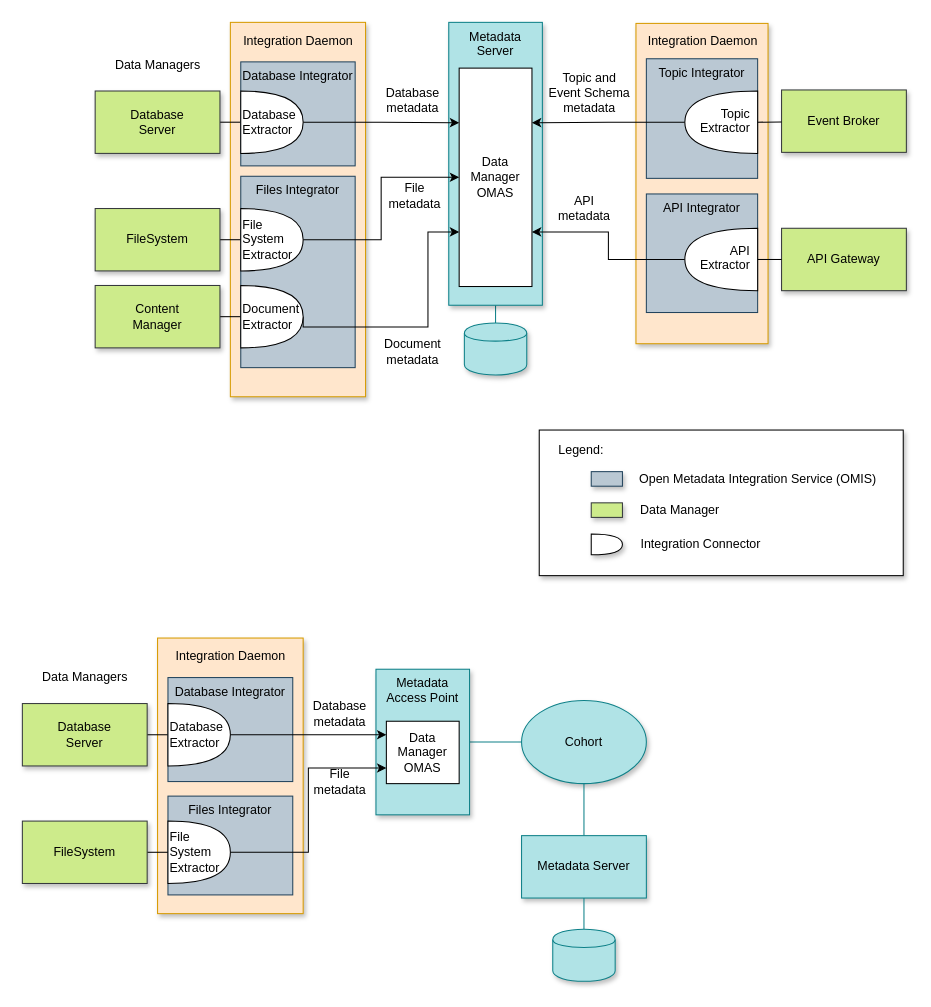
Above: page "metadata-extraction" (1 of 3) of site/docs/scenarios/data-manager-integration/data-manager-integration.drawio in odpi/egeria-docs (draw.io), before the change. Source tidied: cells renumbered, new cells numbered last; positions are measured from the earlier drawing's top-left corner, leaving out a move shared by most shapes. Both pictures are drawn from the tidied source at 104%, with x=0, y=0 at pixel (22, 22).
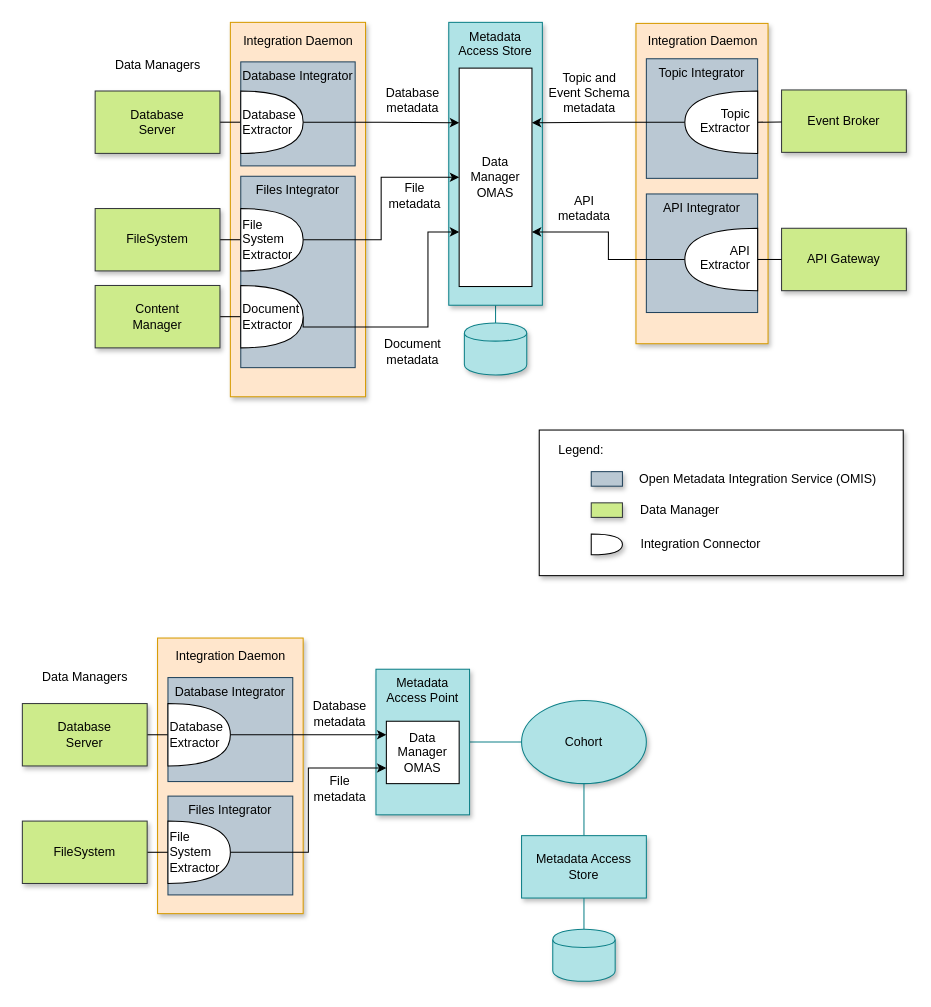
The same diagram, later.

Diff of the diagram source:
```diff
@@
-    <mxCell id="5" value="Metadata Server" style="rounded=0;whiteSpace=wrap;html=1;fillColor=#b0e3e6;strokeColor=#0e8088;shadow=1;" parent="1" vertex="1">
+    <mxCell id="5" value="Metadata Access Store" style="rounded=0;whiteSpace=wrap;html=1;fillColor=#b0e3e6;strokeColor=#0e8088;shadow=1;" parent="1" vertex="1">
       <mxGeometry x="480" y="782" width="120" height="60" as="geometry" />
     </mxCell>
@@
-    <mxCell id="17" value="Metadata Server" style="rounded=0;whiteSpace=wrap;html=1;verticalAlign=top;fillColor=#b0e3e6;strokeColor=#0e8088;shadow=1;" parent="1" vertex="1">
+    <mxCell id="17" value="Metadata Access Store" style="rounded=0;whiteSpace=wrap;html=1;verticalAlign=top;fillColor=#b0e3e6;strokeColor=#0e8088;shadow=1;" parent="1" vertex="1">
       <mxGeometry x="410" width="90" height="272" as="geometry" />
     </mxCell>
@@
     <mxCell id="37" value="File&lt;br&gt;metadata" style="text;html=1;align=center;verticalAlign=middle;" parent="1" vertex="1">
-      <mxGeometry x="270" y="715" width="70" height="30" as="geometry" />
+      <mxGeometry x="270" y="722" width="70" height="30" as="geometry" />
     </mxCell>
```
